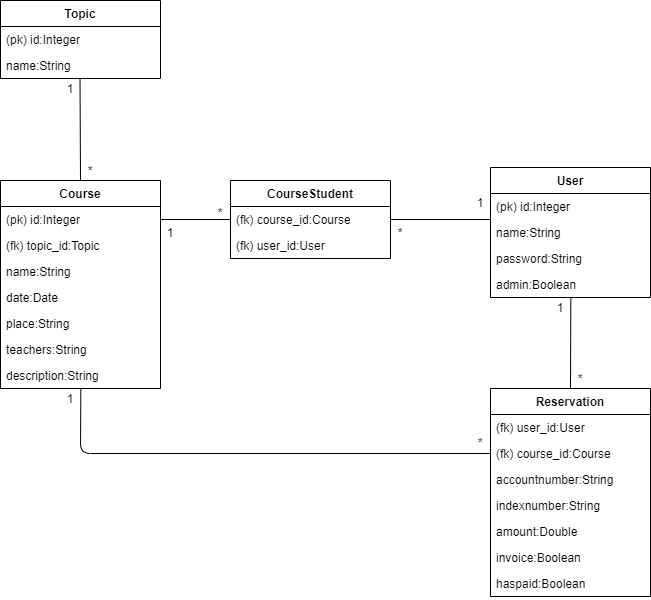
Earlier version of the draw.io export documentation/pictures/kaavio.png (SamiP7/Kurssitarjonta). Source tidied: cells renumbered, new cells last; positions are measured from the earlier drawing's top-left corner, leaving out a move shared by most shapes. The source it was exported from:
```xml
<mxGraphModel>
  <root>
    <mxCell id="0" />
    <mxCell id="1" parent="0" />
    <mxCell id="2" value="User" style="swimlane;fontStyle=1;align=center;verticalAlign=top;horizontal=1;startSize=26;" parent="1" vertex="1">
      <mxGeometry x="490" y="167" width="160" height="130" as="geometry" />
    </mxCell>
    <mxCell id="3" value="(pk) id:Integer" style="text;strokeColor=none;fillColor=none;align=left;verticalAlign=top;spacingLeft=4;spacingRight=4;overflow=hidden;" parent="2" vertex="1">
      <mxGeometry y="26" width="160" height="26" as="geometry" />
    </mxCell>
    <mxCell id="4" value="name:String" style="text;strokeColor=none;fillColor=none;align=left;verticalAlign=top;spacingLeft=4;spacingRight=4;overflow=hidden;points=[[0,0.5],[1,0.5]];portConstraint=eastwest;" parent="2" vertex="1">
      <mxGeometry y="52" width="160" height="26" as="geometry" />
    </mxCell>
    <mxCell id="5" value="password:String" style="text;strokeColor=none;fillColor=none;align=left;verticalAlign=top;spacingLeft=4;spacingRight=4;overflow=hidden;points=[[0,0.5],[1,0.5]];portConstraint=eastwest;" parent="2" vertex="1">
      <mxGeometry y="78" width="160" height="26" as="geometry" />
    </mxCell>
    <mxCell id="6" value="admin:Boolean" style="text;strokeColor=none;fillColor=none;align=left;verticalAlign=top;spacingLeft=4;spacingRight=4;overflow=hidden;points=[[0,0.5],[1,0.5]];portConstraint=eastwest;" parent="2" vertex="1">
      <mxGeometry y="104" width="160" height="26" as="geometry" />
    </mxCell>
    <mxCell id="7" value="Reservation" style="swimlane;fontStyle=1;align=center;verticalAlign=top;horizontal=1;startSize=26;" parent="1" vertex="1">
      <mxGeometry x="490" y="388" width="160" height="208" as="geometry" />
    </mxCell>
    <mxCell id="8" value="(fk) user_id:User" style="text;strokeColor=none;fillColor=none;align=left;verticalAlign=top;spacingLeft=4;spacingRight=4;overflow=hidden;points=[[0,0.5],[1,0.5]];portConstraint=eastwest;" parent="7" vertex="1">
      <mxGeometry y="26" width="160" height="26" as="geometry" />
    </mxCell>
    <mxCell id="9" value="(fk) course_id:Course" style="text;strokeColor=none;fillColor=none;align=left;verticalAlign=top;spacingLeft=4;spacingRight=4;overflow=hidden;points=[[0,0.5],[1,0.5]];portConstraint=eastwest;" parent="7" vertex="1">
      <mxGeometry y="52" width="160" height="26" as="geometry" />
    </mxCell>
    <mxCell id="10" value="accountnumber:String" style="text;strokeColor=none;fillColor=none;align=left;verticalAlign=top;spacingLeft=4;spacingRight=4;overflow=hidden;" parent="7" vertex="1">
      <mxGeometry y="78" width="160" height="26" as="geometry" />
    </mxCell>
    <mxCell id="11" value="indexnumber:String" style="text;strokeColor=none;fillColor=none;align=left;verticalAlign=top;spacingLeft=4;spacingRight=4;overflow=hidden;" parent="7" vertex="1">
      <mxGeometry y="104" width="160" height="26" as="geometry" />
    </mxCell>
    <mxCell id="12" value="amount:Double" style="text;strokeColor=none;fillColor=none;align=left;verticalAlign=top;spacingLeft=4;spacingRight=4;overflow=hidden;" parent="7" vertex="1">
      <mxGeometry y="130" width="160" height="26" as="geometry" />
    </mxCell>
    <mxCell id="13" value="invoice:Boolean" style="text;strokeColor=none;fillColor=none;align=left;verticalAlign=top;spacingLeft=4;spacingRight=4;overflow=hidden;" parent="7" vertex="1">
      <mxGeometry y="156" width="160" height="26" as="geometry" />
    </mxCell>
    <mxCell id="14" value="haspaid:Boolean" style="text;strokeColor=none;fillColor=none;align=left;verticalAlign=top;spacingLeft=4;spacingRight=4;overflow=hidden;" parent="7" vertex="1">
      <mxGeometry y="182" width="160" height="26" as="geometry" />
    </mxCell>
    <mxCell id="15" style="endArrow=none;html=1;entryX=0;entryY=0.5;entryDx=0;entryDy=0;" parent="1" edge="1" target="31">
      <mxGeometry relative="1" as="geometry">
        <mxPoint x="160" y="219" as="sourcePoint" />
      </mxGeometry>
    </mxCell>
    <mxCell id="16" value="Topic" style="swimlane;fontStyle=1;align=center;verticalAlign=top;horizontal=1;startSize=26;" parent="1" vertex="1">
      <mxGeometry width="160" height="78" as="geometry" />
    </mxCell>
    <mxCell id="17" value="(pk) id:Integer" style="text;strokeColor=none;fillColor=none;align=left;verticalAlign=top;spacingLeft=4;spacingRight=4;overflow=hidden;" parent="16" vertex="1">
      <mxGeometry y="26" width="160" height="26" as="geometry" />
    </mxCell>
    <mxCell id="18" value="name:String" style="text;strokeColor=none;fillColor=none;align=left;verticalAlign=top;spacingLeft=4;spacingRight=4;overflow=hidden;points=[[0,0.5],[1,0.5]];portConstraint=eastwest;" parent="16" vertex="1">
      <mxGeometry y="52" width="160" height="26" as="geometry" />
    </mxCell>
    <mxCell id="19" value="Course" style="swimlane;fontStyle=1;align=center;verticalAlign=top;horizontal=1;startSize=26;" parent="1" vertex="1">
      <mxGeometry y="180" width="160" height="208" as="geometry" />
    </mxCell>
    <mxCell id="20" value="(pk) id:Integer" style="text;strokeColor=none;fillColor=none;align=left;verticalAlign=top;spacingLeft=4;spacingRight=4;overflow=hidden;" parent="19" vertex="1">
      <mxGeometry y="26" width="160" height="26" as="geometry" />
    </mxCell>
    <mxCell id="21" value="(fk) topic_id:Topic" style="text;strokeColor=none;fillColor=none;align=left;verticalAlign=top;spacingLeft=4;spacingRight=4;overflow=hidden;" parent="19" vertex="1">
      <mxGeometry y="52" width="160" height="26" as="geometry" />
    </mxCell>
    <mxCell id="22" value="name:String" style="text;strokeColor=none;fillColor=none;align=left;verticalAlign=top;spacingLeft=4;spacingRight=4;overflow=hidden;" parent="19" vertex="1">
      <mxGeometry y="78" width="160" height="26" as="geometry" />
    </mxCell>
    <mxCell id="23" value="date:Date" style="text;strokeColor=none;fillColor=none;align=left;verticalAlign=top;spacingLeft=4;spacingRight=4;overflow=hidden;" parent="19" vertex="1">
      <mxGeometry y="104" width="160" height="26" as="geometry" />
    </mxCell>
    <mxCell id="24" value="place:String" style="text;strokeColor=none;fillColor=none;align=left;verticalAlign=top;spacingLeft=4;spacingRight=4;overflow=hidden;" parent="19" vertex="1">
      <mxGeometry y="130" width="160" height="26" as="geometry" />
    </mxCell>
    <mxCell id="25" value="teachers:String" style="text;strokeColor=none;fillColor=none;align=left;verticalAlign=top;spacingLeft=4;spacingRight=4;overflow=hidden;" parent="19" vertex="1">
      <mxGeometry y="156" width="160" height="26" as="geometry" />
    </mxCell>
    <mxCell id="26" value="description:String" style="text;strokeColor=none;fillColor=none;align=left;verticalAlign=top;spacingLeft=4;spacingRight=4;overflow=hidden;points=[[0,0.5],[1,0.5]];portConstraint=eastwest;" parent="19" vertex="1">
      <mxGeometry y="182" width="160" height="26" as="geometry" />
    </mxCell>
    <mxCell id="27" style="endArrow=none;html=1;entryX=0.497;entryY=1.026;entryDx=0;entryDy=0;entryPerimeter=0;exitX=0.5;exitY=0;exitDx=0;exitDy=0;" parent="1" edge="1" target="18">
      <mxGeometry relative="1" as="geometry">
        <mxPoint x="80" y="180" as="sourcePoint" />
      </mxGeometry>
    </mxCell>
    <mxCell id="28" value="1" style="text;html=1;strokeColor=none;fillColor=none;align=center;verticalAlign=middle;whiteSpace=wrap;rounded=0;" parent="1" vertex="1">
      <mxGeometry x="50" y="78" width="40" height="20" as="geometry" />
    </mxCell>
    <mxCell id="29" value="*" style="text;html=1;strokeColor=none;fillColor=none;align=center;verticalAlign=middle;whiteSpace=wrap;rounded=0;" parent="1" vertex="1">
      <mxGeometry x="70" y="160" width="40" height="20" as="geometry" />
    </mxCell>
    <mxCell id="30" value="CourseStudent" style="swimlane;fontStyle=1;align=center;verticalAlign=top;horizontal=1;startSize=26;" parent="1" vertex="1">
      <mxGeometry x="230" y="180" width="160" height="78" as="geometry" />
    </mxCell>
    <mxCell id="31" value="(fk) course_id:Course" style="text;strokeColor=none;fillColor=none;align=left;verticalAlign=top;spacingLeft=4;spacingRight=4;overflow=hidden;points=[[0,0.5],[1,0.5]];portConstraint=eastwest;" parent="30" vertex="1">
      <mxGeometry y="26" width="160" height="26" as="geometry" />
    </mxCell>
    <mxCell id="32" value="(fk) user_id:User" style="text;strokeColor=none;fillColor=none;align=left;verticalAlign=top;spacingLeft=4;spacingRight=4;overflow=hidden;" parent="30" vertex="1">
      <mxGeometry y="52" width="160" height="26" as="geometry" />
    </mxCell>
    <mxCell id="33" style="endArrow=none;html=1;entryX=1;entryY=0.5;entryDx=0;entryDy=0;exitX=0.002;exitY=0;exitDx=0;exitDy=0;exitPerimeter=0;" parent="1" edge="1" source="4" target="31">
      <mxGeometry relative="1" as="geometry" />
    </mxCell>
    <mxCell id="34" value="1" style="text;html=1;strokeColor=none;fillColor=none;align=center;verticalAlign=middle;whiteSpace=wrap;rounded=0;" parent="1" vertex="1">
      <mxGeometry x="150" y="222" width="40" height="20" as="geometry" />
    </mxCell>
    <mxCell id="35" value="1" style="text;html=1;strokeColor=none;fillColor=none;align=center;verticalAlign=middle;whiteSpace=wrap;rounded=0;" parent="1" vertex="1">
      <mxGeometry x="460" y="192" width="40" height="20" as="geometry" />
    </mxCell>
    <mxCell id="36" value="*" style="text;html=1;strokeColor=none;fillColor=none;align=center;verticalAlign=middle;whiteSpace=wrap;rounded=0;" parent="1" vertex="1">
      <mxGeometry x="200" y="202" width="40" height="20" as="geometry" />
    </mxCell>
    <mxCell id="37" value="*" style="text;html=1;strokeColor=none;fillColor=none;align=center;verticalAlign=middle;whiteSpace=wrap;rounded=0;" parent="1" vertex="1">
      <mxGeometry x="380" y="222" width="40" height="20" as="geometry" />
    </mxCell>
    <mxCell id="38" style="endArrow=none;html=1;exitX=0.5;exitY=0;exitDx=0;exitDy=0;entryX=0.502;entryY=1.013;entryDx=0;entryDy=0;entryPerimeter=0;" parent="1" edge="1" source="7" target="6">
      <mxGeometry relative="1" as="geometry" />
    </mxCell>
    <mxCell id="39" style="endArrow=none;html=1;exitX=0;exitY=0.5;exitDx=0;exitDy=0;entryX=0.502;entryY=1.006;entryDx=0;entryDy=0;entryPerimeter=0;" parent="1" edge="1" source="9" target="26">
      <mxGeometry relative="1" as="geometry">
        <Array as="points">
          <mxPoint x="80" y="453" />
        </Array>
      </mxGeometry>
    </mxCell>
    <mxCell id="40" value="1" style="text;html=1;strokeColor=none;fillColor=none;align=center;verticalAlign=middle;whiteSpace=wrap;rounded=0;" parent="1" vertex="1">
      <mxGeometry x="50" y="388" width="40" height="20" as="geometry" />
    </mxCell>
    <mxCell id="41" value="1" style="text;html=1;strokeColor=none;fillColor=none;align=center;verticalAlign=middle;whiteSpace=wrap;rounded=0;" parent="1" vertex="1">
      <mxGeometry x="540" y="297" width="40" height="20" as="geometry" />
    </mxCell>
    <mxCell id="42" value="*" style="text;html=1;strokeColor=none;fillColor=none;align=center;verticalAlign=middle;whiteSpace=wrap;rounded=0;" parent="1" vertex="1">
      <mxGeometry x="460" y="432" width="40" height="20" as="geometry" />
    </mxCell>
    <mxCell id="43" value="*" style="text;html=1;strokeColor=none;fillColor=none;align=center;verticalAlign=middle;whiteSpace=wrap;rounded=0;" parent="1" vertex="1">
      <mxGeometry x="560" y="368" width="40" height="20" as="geometry" />
    </mxCell>
  </root>
</mxGraphModel>
```
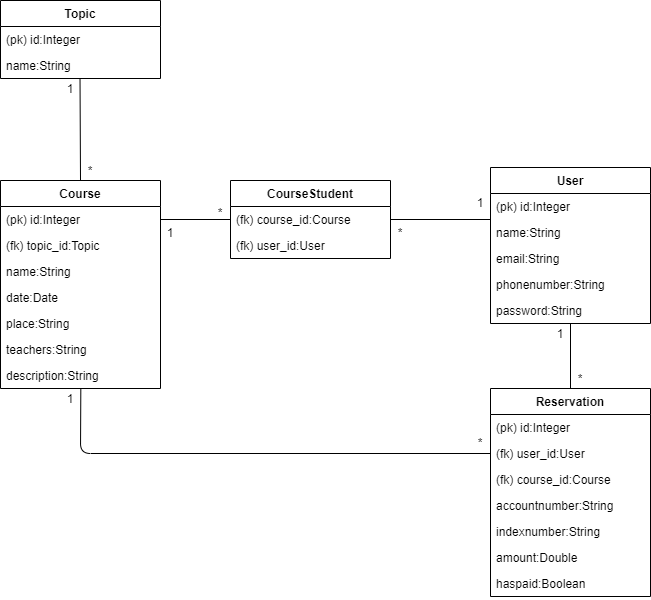
After the commit.

What changed in the source:
```diff
@@ -3,7 +3,7 @@
     <mxCell id="0" />
     <mxCell id="1" parent="0" />
     <mxCell id="2" value="User" style="swimlane;fontStyle=1;align=center;verticalAlign=top;horizontal=1;startSize=26;" parent="1" vertex="1">
-      <mxGeometry x="490" y="167" width="160" height="130" as="geometry" />
+      <mxGeometry x="490" y="167" width="160" height="156" as="geometry" />
     </mxCell>
     <mxCell id="3" value="(pk) id:Integer" style="text;strokeColor=none;fillColor=none;align=left;verticalAlign=top;spacingLeft=4;spacingRight=4;overflow=hidden;" parent="2" vertex="1">
       <mxGeometry y="26" width="160" height="26" as="geometry" />
@@ -11,33 +11,36 @@
     <mxCell id="4" value="name:String" style="text;strokeColor=none;fillColor=none;align=left;verticalAlign=top;spacingLeft=4;spacingRight=4;overflow=hidden;points=[[0,0.5],[1,0.5]];portConstraint=eastwest;" parent="2" vertex="1">
       <mxGeometry y="52" width="160" height="26" as="geometry" />
     </mxCell>
+    <mxCell id="44" value="email:String" style="text;strokeColor=none;fillColor=none;align=left;verticalAlign=top;spacingLeft=4;spacingRight=4;overflow=hidden;" parent="2" vertex="1">
+      <mxGeometry y="78" width="160" height="26" as="geometry" />
+    </mxCell>
+    <mxCell id="45" value="phonenumber:String" style="text;strokeColor=none;fillColor=none;align=left;verticalAlign=top;spacingLeft=4;spacingRight=4;overflow=hidden;" parent="2" vertex="1">
+      <mxGeometry y="104" width="160" height="26" as="geometry" />
+    </mxCell>
     <mxCell id="5" value="password:String" style="text;strokeColor=none;fillColor=none;align=left;verticalAlign=top;spacingLeft=4;spacingRight=4;overflow=hidden;points=[[0,0.5],[1,0.5]];portConstraint=eastwest;" parent="2" vertex="1">
-      <mxGeometry y="78" width="160" height="26" as="geometry" />
+      <mxGeometry y="130" width="160" height="26" as="geometry" />
     </mxCell>
-    <mxCell id="6" value="admin:Boolean" style="text;strokeColor=none;fillColor=none;align=left;verticalAlign=top;spacingLeft=4;spacingRight=4;overflow=hidden;points=[[0,0.5],[1,0.5]];portConstraint=eastwest;" parent="2" vertex="1">
-      <mxGeometry y="104" width="160" height="26" as="geometry" />
-    </mxCell>
     <mxCell id="7" value="Reservation" style="swimlane;fontStyle=1;align=center;verticalAlign=top;horizontal=1;startSize=26;" parent="1" vertex="1">
       <mxGeometry x="490" y="388" width="160" height="208" as="geometry" />
     </mxCell>
+    <mxCell id="46" value="(pk) id:Integer" style="text;strokeColor=none;fillColor=none;align=left;verticalAlign=top;spacingLeft=4;spacingRight=4;overflow=hidden;" parent="7" vertex="1">
+      <mxGeometry y="26" width="160" height="26" as="geometry" />
+    </mxCell>
     <mxCell id="8" value="(fk) user_id:User" style="text;strokeColor=none;fillColor=none;align=left;verticalAlign=top;spacingLeft=4;spacingRight=4;overflow=hidden;points=[[0,0.5],[1,0.5]];portConstraint=eastwest;" parent="7" vertex="1">
-      <mxGeometry y="26" width="160" height="26" as="geometry" />
+      <mxGeometry y="52" width="160" height="26" as="geometry" />
     </mxCell>
     <mxCell id="9" value="(fk) course_id:Course" style="text;strokeColor=none;fillColor=none;align=left;verticalAlign=top;spacingLeft=4;spacingRight=4;overflow=hidden;points=[[0,0.5],[1,0.5]];portConstraint=eastwest;" parent="7" vertex="1">
-      <mxGeometry y="52" width="160" height="26" as="geometry" />
+      <mxGeometry y="78" width="160" height="26" as="geometry" />
     </mxCell>
     <mxCell id="10" value="accountnumber:String" style="text;strokeColor=none;fillColor=none;align=left;verticalAlign=top;spacingLeft=4;spacingRight=4;overflow=hidden;" parent="7" vertex="1">
-      <mxGeometry y="78" width="160" height="26" as="geometry" />
+      <mxGeometry y="104" width="160" height="26" as="geometry" />
     </mxCell>
     <mxCell id="11" value="indexnumber:String" style="text;strokeColor=none;fillColor=none;align=left;verticalAlign=top;spacingLeft=4;spacingRight=4;overflow=hidden;" parent="7" vertex="1">
-      <mxGeometry y="104" width="160" height="26" as="geometry" />
+      <mxGeometry y="130" width="160" height="26" as="geometry" />
     </mxCell>
     <mxCell id="12" value="amount:Double" style="text;strokeColor=none;fillColor=none;align=left;verticalAlign=top;spacingLeft=4;spacingRight=4;overflow=hidden;" parent="7" vertex="1">
-      <mxGeometry y="130" width="160" height="26" as="geometry" />
+      <mxGeometry y="156" width="160" height="26" as="geometry" />
     </mxCell>
-    <mxCell id="13" value="invoice:Boolean" style="text;strokeColor=none;fillColor=none;align=left;verticalAlign=top;spacingLeft=4;spacingRight=4;overflow=hidden;" parent="7" vertex="1">
-      <mxGeometry y="156" width="160" height="26" as="geometry" />
-    </mxCell>
     <mxCell id="14" value="haspaid:Boolean" style="text;strokeColor=none;fillColor=none;align=left;verticalAlign=top;spacingLeft=4;spacingRight=4;overflow=hidden;" parent="7" vertex="1">
       <mxGeometry y="182" width="160" height="26" as="geometry" />
     </mxCell>
@@ -114,10 +117,10 @@
     <mxCell id="37" value="*" style="text;html=1;strokeColor=none;fillColor=none;align=center;verticalAlign=middle;whiteSpace=wrap;rounded=0;" parent="1" vertex="1">
       <mxGeometry x="380" y="222" width="40" height="20" as="geometry" />
     </mxCell>
-    <mxCell id="38" style="endArrow=none;html=1;exitX=0.5;exitY=0;exitDx=0;exitDy=0;entryX=0.502;entryY=1.013;entryDx=0;entryDy=0;entryPerimeter=0;" parent="1" edge="1" source="7" target="6">
+    <mxCell id="38" style="endArrow=none;html=1;exitX=0.5;exitY=0;exitDx=0;exitDy=0;entryX=0.5;entryY=1;entryDx=0;entryDy=0;entryPerimeter=0;" parent="1" edge="1" source="7" target="5">
       <mxGeometry relative="1" as="geometry" />
     </mxCell>
-    <mxCell id="39" style="endArrow=none;html=1;exitX=0;exitY=0.5;exitDx=0;exitDy=0;entryX=0.502;entryY=1.006;entryDx=0;entryDy=0;entryPerimeter=0;" parent="1" edge="1" source="9" target="26">
+    <mxCell id="39" style="endArrow=none;html=1;exitX=0;exitY=0.5;exitDx=0;exitDy=0;entryX=0.502;entryY=1.006;entryDx=0;entryDy=0;entryPerimeter=0;" parent="1" edge="1" source="8" target="26">
       <mxGeometry relative="1" as="geometry">
         <Array as="points">
           <mxPoint x="80" y="453" />
@@ -128,7 +131,7 @@
       <mxGeometry x="50" y="388" width="40" height="20" as="geometry" />
     </mxCell>
     <mxCell id="41" value="1" style="text;html=1;strokeColor=none;fillColor=none;align=center;verticalAlign=middle;whiteSpace=wrap;rounded=0;" parent="1" vertex="1">
-      <mxGeometry x="540" y="297" width="40" height="20" as="geometry" />
+      <mxGeometry x="540" y="323" width="40" height="20" as="geometry" />
     </mxCell>
     <mxCell id="42" value="*" style="text;html=1;strokeColor=none;fillColor=none;align=center;verticalAlign=middle;whiteSpace=wrap;rounded=0;" parent="1" vertex="1">
       <mxGeometry x="460" y="432" width="40" height="20" as="geometry" />
```
